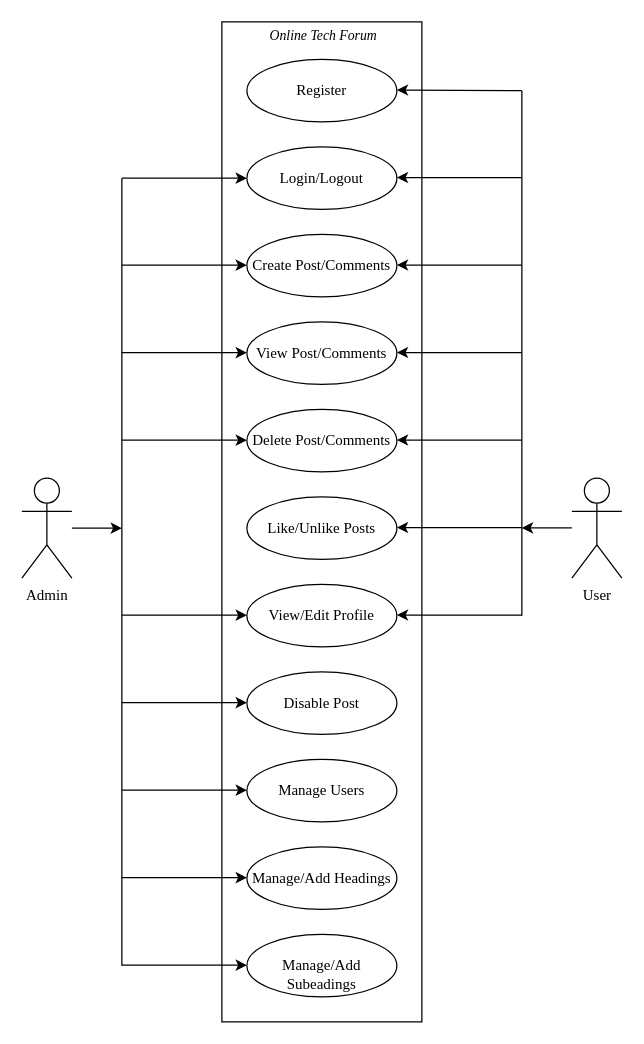
Earlier version of the draw.io diagram properusecasediagramm.drawio (AshishGaut/flowcharts). Source tidied: cells renumbered, new cells numbered last; positions are measured from the earlier drawing's top-left corner, leaving out a move shared by most shapes. Both pictures are drawn from the tidied source at 125%, with x=0, y=0 at pixel (21, 21).
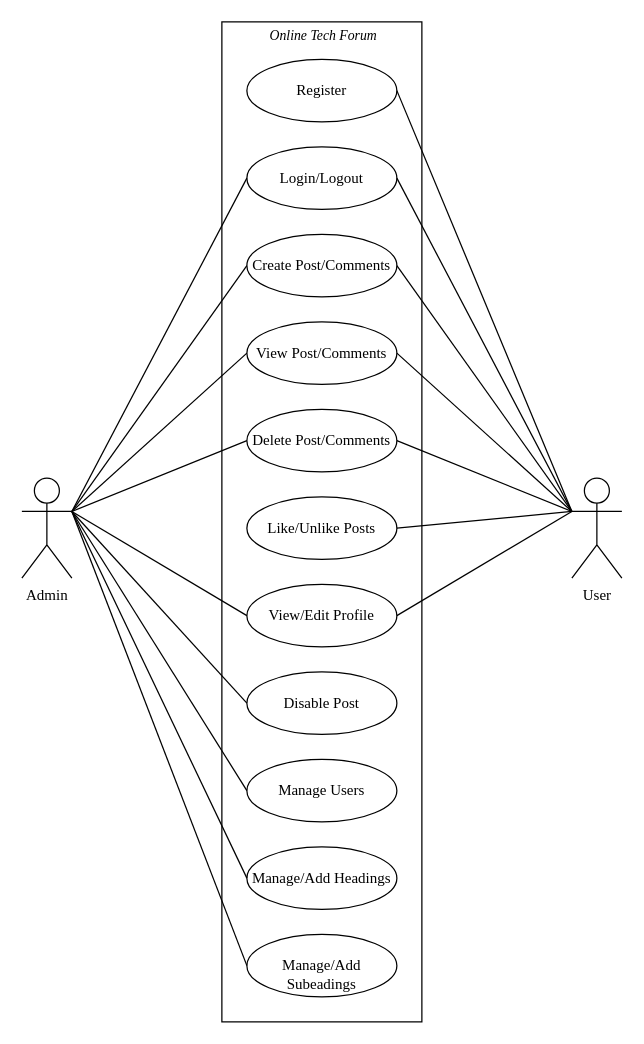
The same diagram, later.

The change refers to these unchanged cells:
```xml
<mxCell id="3" value="Register" style="ellipse;whiteSpace=wrap;html=1;fontFamily=Times New Roman;labelBackgroundColor=none;" parent="1" vertex="1">
  <mxGeometry x="180" y="30" width="120" height="50" as="geometry" />
</mxCell>
<mxCell id="4" value="Login/Logout" style="ellipse;whiteSpace=wrap;html=1;fontFamily=Times New Roman;labelBackgroundColor=none;" parent="1" vertex="1">
  <mxGeometry x="180" y="100" width="120" height="50" as="geometry" />
</mxCell>
<mxCell id="5" value="Create Post/Comments" style="ellipse;whiteSpace=wrap;html=1;fontFamily=Times New Roman;labelBackgroundColor=none;" parent="1" vertex="1">
  <mxGeometry x="180" y="170" width="120" height="50" as="geometry" />
</mxCell>
<mxCell id="6" value="View Post/Comments" style="ellipse;whiteSpace=wrap;html=1;fontFamily=Times New Roman;labelBackgroundColor=none;" parent="1" vertex="1">
  <mxGeometry x="180" y="240" width="120" height="50" as="geometry" />
</mxCell>
<mxCell id="7" value="View/Edit Profile" style="ellipse;whiteSpace=wrap;html=1;fontFamily=Times New Roman;labelBackgroundColor=none;" parent="1" vertex="1">
  <mxGeometry x="180" y="450" width="120" height="50" as="geometry" />
</mxCell>
<mxCell id="8" value="Disable Post" style="ellipse;whiteSpace=wrap;html=1;fontFamily=Times New Roman;labelBackgroundColor=none;" parent="1" vertex="1">
  <mxGeometry x="180" y="520" width="120" height="50" as="geometry" />
</mxCell>
<mxCell id="9" value="Delete Post/Comments" style="ellipse;whiteSpace=wrap;html=1;fontFamily=Times New Roman;labelBackgroundColor=none;" parent="1" vertex="1">
  <mxGeometry x="180" y="310" width="120" height="50" as="geometry" />
</mxCell>
<mxCell id="10" value="Like/Unlike Posts" style="ellipse;whiteSpace=wrap;html=1;fontFamily=Times New Roman;labelBackgroundColor=none;" parent="1" vertex="1">
  <mxGeometry x="180" y="380" width="120" height="50" as="geometry" />
</mxCell>
<mxCell id="11" value="&lt;br&gt;&lt;span style=&quot;color: rgb(0, 0, 0); font-size: 12px; font-style: normal; font-variant-ligatures: normal; font-variant-caps: normal; font-weight: 400; letter-spacing: normal; orphans: 2; text-align: center; text-indent: 0px; text-transform: none; widows: 2; word-spacing: 0px; -webkit-text-stroke-width: 0px; text-decoration-thickness: initial; text-decoration-style: initial; text-decoration-color: initial; float: none; display: inline !important;&quot;&gt;Manage/Add Subeadings&lt;/span&gt;&lt;br&gt;" style="ellipse;whiteSpace=wrap;html=1;fontFamily=Times New Roman;labelBackgroundColor=none;" parent="1" vertex="1">
  <mxGeometry x="180" y="730" width="120" height="50" as="geometry" />
</mxCell>
<mxCell id="12" value="Manage/Add Headings" style="ellipse;whiteSpace=wrap;html=1;fontFamily=Times New Roman;labelBackgroundColor=none;" parent="1" vertex="1">
  <mxGeometry x="180" y="660" width="120" height="50" as="geometry" />
</mxCell>
<mxCell id="13" value="Manage Users" style="ellipse;whiteSpace=wrap;html=1;fontFamily=Times New Roman;labelBackgroundColor=none;" parent="1" vertex="1">
  <mxGeometry x="180" y="590" width="120" height="50" as="geometry" />
</mxCell>
<mxCell id="15" value="Admin" style="shape=umlActor;verticalLabelPosition=bottom;verticalAlign=top;html=1;outlineConnect=0;fontFamily=Times New Roman;labelBackgroundColor=none;" parent="1" vertex="1">
  <mxGeometry y="365" width="40" height="80" as="geometry" />
</mxCell>
<mxCell id="17" value="User" style="shape=umlActor;verticalLabelPosition=bottom;verticalAlign=top;html=1;outlineConnect=0;fontFamily=Times New Roman;labelBackgroundColor=none;" parent="1" vertex="1">
  <mxGeometry x="440" y="365" width="40" height="80" as="geometry" />
</mxCell>
```

Diff of the diagram source:
```diff
@@
-    <mxCell id="14" style="edgeStyle=orthogonalEdgeStyle;rounded=0;jettySize=auto;html=1;fontFamily=Times New Roman;labelBackgroundColor=none;" parent="1" edge="1" source="15">
-      <mxGeometry relative="1" as="geometry">
-        <mxPoint x="80" y="405" as="targetPoint" />
-      </mxGeometry>
-    </mxCell>
@@
-    <mxCell id="18" style="endArrow=none;html=1;rounded=0;fontFamily=Times New Roman;labelBackgroundColor=none;" parent="1" edge="1">
-      <mxGeometry relative="1" as="geometry">
-        <mxPoint x="80" y="755" as="sourcePoint" />
-        <mxPoint x="80" y="125" as="targetPoint" />
-      </mxGeometry>
-    </mxCell>
-    <mxCell id="19" style="endArrow=classic;html=1;rounded=0;entryX=0;entryY=0.5;entryDx=0;entryDy=0;fontFamily=Times New Roman;labelBackgroundColor=none;" parent="1" edge="1" target="4">
-      <mxGeometry relative="1" as="geometry">
-        <mxPoint x="80" y="125" as="sourcePoint" />
-      </mxGeometry>
-    </mxCell>
-    <mxCell id="20" style="endArrow=none;html=1;rounded=0;fontFamily=Times New Roman;labelBackgroundColor=none;" parent="1" edge="1">
-      <mxGeometry relative="1" as="geometry">
-        <mxPoint x="400" y="475" as="sourcePoint" />
-        <mxPoint x="400" y="55" as="targetPoint" />
-      </mxGeometry>
-    </mxCell>
-    <mxCell id="21" style="endArrow=classic;html=1;rounded=0;entryX=0;entryY=0.5;entryDx=0;entryDy=0;fontFamily=Times New Roman;labelBackgroundColor=none;" parent="1" edge="1">
-      <mxGeometry relative="1" as="geometry">
-        <mxPoint x="80" y="754.6" as="sourcePoint" />
-        <mxPoint x="180" y="754.6" as="targetPoint" />
-      </mxGeometry>
-    </mxCell>
-    <mxCell id="22" style="endArrow=classic;html=1;rounded=0;entryX=0;entryY=0.5;entryDx=0;entryDy=0;fontFamily=Times New Roman;labelBackgroundColor=none;" parent="1" edge="1">
-      <mxGeometry relative="1" as="geometry">
-        <mxPoint x="80" y="684.6" as="sourcePoint" />
-        <mxPoint x="180" y="684.6" as="targetPoint" />
-      </mxGeometry>
-    </mxCell>
-    <mxCell id="23" style="endArrow=classic;html=1;rounded=0;entryX=0;entryY=0.5;entryDx=0;entryDy=0;fontFamily=Times New Roman;labelBackgroundColor=none;" parent="1" edge="1">
-      <mxGeometry relative="1" as="geometry">
-        <mxPoint x="80" y="264.6" as="sourcePoint" />
-        <mxPoint x="180" y="264.6" as="targetPoint" />
-      </mxGeometry>
-    </mxCell>
-    <mxCell id="24" style="endArrow=classic;html=1;rounded=0;entryX=0;entryY=0.5;entryDx=0;entryDy=0;fontFamily=Times New Roman;labelBackgroundColor=none;" parent="1" edge="1">
-      <mxGeometry relative="1" as="geometry">
-        <mxPoint x="80" y="334.6" as="sourcePoint" />
-        <mxPoint x="180" y="334.6" as="targetPoint" />
-      </mxGeometry>
-    </mxCell>
-    <mxCell id="25" style="endArrow=classic;html=1;rounded=0;entryX=0;entryY=0.5;entryDx=0;entryDy=0;fontFamily=Times New Roman;labelBackgroundColor=none;" parent="1" edge="1">
-      <mxGeometry relative="1" as="geometry">
-        <mxPoint x="80" y="194.6" as="sourcePoint" />
-        <mxPoint x="180" y="194.6" as="targetPoint" />
-      </mxGeometry>
-    </mxCell>
-    <mxCell id="26" style="endArrow=classic;html=1;rounded=0;entryX=0;entryY=0.5;entryDx=0;entryDy=0;fontFamily=Times New Roman;labelBackgroundColor=none;" parent="1" edge="1">
-      <mxGeometry relative="1" as="geometry">
-        <mxPoint x="80" y="474.6" as="sourcePoint" />
-        <mxPoint x="180" y="474.6" as="targetPoint" />
-      </mxGeometry>
-    </mxCell>
-    <mxCell id="27" style="endArrow=classic;html=1;rounded=0;entryX=0;entryY=0.5;entryDx=0;entryDy=0;fontFamily=Times New Roman;labelBackgroundColor=none;" parent="1" edge="1">
-      <mxGeometry relative="1" as="geometry">
-        <mxPoint x="80" y="544.6" as="sourcePoint" />
-        <mxPoint x="180" y="544.6" as="targetPoint" />
-      </mxGeometry>
-    </mxCell>
-    <mxCell id="28" style="endArrow=classic;html=1;rounded=0;entryX=0;entryY=0.5;entryDx=0;entryDy=0;fontFamily=Times New Roman;labelBackgroundColor=none;" parent="1" edge="1">
-      <mxGeometry relative="1" as="geometry">
-        <mxPoint x="80" y="614.6" as="sourcePoint" />
-        <mxPoint x="180" y="614.6" as="targetPoint" />
-      </mxGeometry>
-    </mxCell>
-    <mxCell id="29" style="endArrow=classic;html=1;rounded=0;entryX=0;entryY=0.5;entryDx=0;entryDy=0;fontFamily=Times New Roman;labelBackgroundColor=none;" parent="1" edge="1">
-      <mxGeometry relative="1" as="geometry">
-        <mxPoint x="400" y="55" as="sourcePoint" />
-        <mxPoint x="300" y="54.5" as="targetPoint" />
-      </mxGeometry>
-    </mxCell>
-    <mxCell id="30" style="endArrow=classic;html=1;rounded=0;entryX=0;entryY=0.5;entryDx=0;entryDy=0;fontFamily=Times New Roman;labelBackgroundColor=none;" parent="1" edge="1">
-      <mxGeometry relative="1" as="geometry">
-        <mxPoint x="400" y="124.5" as="sourcePoint" />
-        <mxPoint x="300" y="124.5" as="targetPoint" />
-      </mxGeometry>
-    </mxCell>
-    <mxCell id="31" style="endArrow=classic;html=1;rounded=0;entryX=0;entryY=0.5;entryDx=0;entryDy=0;fontFamily=Times New Roman;labelBackgroundColor=none;" parent="1" edge="1">
-      <mxGeometry relative="1" as="geometry">
-        <mxPoint x="400" y="194.5" as="sourcePoint" />
-        <mxPoint x="300" y="194.5" as="targetPoint" />
-      </mxGeometry>
-    </mxCell>
-    <mxCell id="32" style="endArrow=classic;html=1;rounded=0;entryX=0;entryY=0.5;entryDx=0;entryDy=0;fontFamily=Times New Roman;labelBackgroundColor=none;" parent="1" edge="1">
-      <mxGeometry relative="1" as="geometry">
-        <mxPoint x="400" y="264.5" as="sourcePoint" />
-        <mxPoint x="300" y="264.5" as="targetPoint" />
-      </mxGeometry>
-    </mxCell>
-    <mxCell id="33" style="endArrow=classic;html=1;rounded=0;entryX=0;entryY=0.5;entryDx=0;entryDy=0;fontFamily=Times New Roman;labelBackgroundColor=none;" parent="1" edge="1">
-      <mxGeometry relative="1" as="geometry">
-        <mxPoint x="400" y="334.5" as="sourcePoint" />
-        <mxPoint x="300" y="334.5" as="targetPoint" />
-      </mxGeometry>
-    </mxCell>
-    <mxCell id="34" style="endArrow=classic;html=1;rounded=0;entryX=0;entryY=0.5;entryDx=0;entryDy=0;fontFamily=Times New Roman;labelBackgroundColor=none;" parent="1" edge="1">
-      <mxGeometry relative="1" as="geometry">
-        <mxPoint x="400" y="404.5" as="sourcePoint" />
-        <mxPoint x="300" y="404.5" as="targetPoint" />
-      </mxGeometry>
-    </mxCell>
-    <mxCell id="35" style="endArrow=classic;html=1;rounded=0;entryX=0;entryY=0.5;entryDx=0;entryDy=0;fontFamily=Times New Roman;labelBackgroundColor=none;" parent="1" edge="1">
-      <mxGeometry relative="1" as="geometry">
-        <mxPoint x="400" y="474.5" as="sourcePoint" />
-        <mxPoint x="300" y="474.5" as="targetPoint" />
-      </mxGeometry>
-    </mxCell>
-    <mxCell id="36" style="edgeStyle=orthogonalEdgeStyle;rounded=0;orthogonalLoop=1;jettySize=auto;html=1;fontFamily=Times New Roman;labelBackgroundColor=none;" parent="1" edge="1">
-      <mxGeometry relative="1" as="geometry">
-        <mxPoint x="440" y="404.8" as="sourcePoint" />
-        <mxPoint x="400" y="404.8" as="targetPoint" />
-        <Array as="points">
-          <mxPoint x="420" y="405" />
-        </Array>
-      </mxGeometry>
-    </mxCell>
+    <mxCell id="37" style="endArrow=none;html=1;rounded=0;exitX=1;exitY=0.3333333333333333;exitDx=0;exitDy=0;exitPerimeter=0;entryX=0;entryY=0.5;entryDx=0;entryDy=0;" parent="1" edge="1" source="15" target="4">
+      <mxGeometry relative="1" as="geometry" />
+    </mxCell>
+    <mxCell id="38" style="endArrow=none;html=1;rounded=0;entryX=0;entryY=0.3333333333333333;entryDx=0;entryDy=0;entryPerimeter=0;exitX=1;exitY=0.5;exitDx=0;exitDy=0;" parent="1" edge="1" source="3" target="17">
+      <mxGeometry relative="1" as="geometry" />
+    </mxCell>
+    <mxCell id="39" style="endArrow=none;html=1;rounded=0;entryX=0;entryY=0.3333333333333333;entryDx=0;entryDy=0;entryPerimeter=0;exitX=1;exitY=0.5;exitDx=0;exitDy=0;" parent="1" edge="1" source="4" target="17">
+      <mxGeometry relative="1" as="geometry" />
+    </mxCell>
+    <mxCell id="40" style="endArrow=none;html=1;rounded=0;entryX=0;entryY=0.3333333333333333;entryDx=0;entryDy=0;entryPerimeter=0;exitX=1;exitY=0.5;exitDx=0;exitDy=0;" parent="1" edge="1" source="5" target="17">
+      <mxGeometry relative="1" as="geometry" />
+    </mxCell>
+    <mxCell id="41" style="endArrow=none;html=1;rounded=0;entryX=0;entryY=0.3333333333333333;entryDx=0;entryDy=0;entryPerimeter=0;exitX=1;exitY=0.5;exitDx=0;exitDy=0;" parent="1" edge="1" source="6" target="17">
+      <mxGeometry relative="1" as="geometry" />
+    </mxCell>
+    <mxCell id="42" style="endArrow=none;html=1;rounded=0;entryX=0;entryY=0.3333333333333333;entryDx=0;entryDy=0;entryPerimeter=0;exitX=1;exitY=0.5;exitDx=0;exitDy=0;fontStyle=1;" parent="1" edge="1" source="7" target="17">
+      <mxGeometry relative="1" as="geometry" />
+    </mxCell>
+    <mxCell id="43" style="endArrow=none;html=1;rounded=0;exitX=1;exitY=0.5;exitDx=0;exitDy=0;entryX=0;entryY=0.3333333333333333;entryDx=0;entryDy=0;entryPerimeter=0;" parent="1" edge="1" source="9" target="17">
+      <mxGeometry relative="1" as="geometry" />
+    </mxCell>
+    <mxCell id="44" style="endArrow=none;html=1;rounded=0;entryX=1;entryY=0.5;entryDx=0;entryDy=0;exitX=0;exitY=0.3333333333333333;exitDx=0;exitDy=0;exitPerimeter=0;" parent="1" edge="1" source="17" target="10">
+      <mxGeometry relative="1" as="geometry" />
+    </mxCell>
+    <mxCell id="45" style="endArrow=none;html=1;rounded=0;exitX=1;exitY=0.3333333333333333;exitDx=0;exitDy=0;exitPerimeter=0;entryX=0;entryY=0.5;entryDx=0;entryDy=0;" parent="1" edge="1" source="15" target="7">
+      <mxGeometry relative="1" as="geometry" />
+    </mxCell>
+    <mxCell id="46" style="endArrow=none;html=1;rounded=0;exitX=1;exitY=0.3333333333333333;exitDx=0;exitDy=0;exitPerimeter=0;entryX=0;entryY=0.5;entryDx=0;entryDy=0;" parent="1" edge="1" source="15" target="13">
+      <mxGeometry relative="1" as="geometry" />
+    </mxCell>
+    <mxCell id="47" style="endArrow=none;html=1;rounded=0;exitX=1;exitY=0.3333333333333333;exitDx=0;exitDy=0;exitPerimeter=0;entryX=0;entryY=0.5;entryDx=0;entryDy=0;" parent="1" edge="1" source="15" target="8">
+      <mxGeometry relative="1" as="geometry" />
+    </mxCell>
+    <mxCell id="48" style="endArrow=none;html=1;rounded=0;exitX=1;exitY=0.3333333333333333;exitDx=0;exitDy=0;exitPerimeter=0;entryX=0;entryY=0.5;entryDx=0;entryDy=0;" parent="1" edge="1" source="15" target="6">
+      <mxGeometry relative="1" as="geometry" />
+    </mxCell>
+    <mxCell id="49" style="endArrow=none;html=1;rounded=0;exitX=1;exitY=0.3333333333333333;exitDx=0;exitDy=0;exitPerimeter=0;entryX=0;entryY=0.5;entryDx=0;entryDy=0;" parent="1" edge="1" source="15" target="9">
+      <mxGeometry relative="1" as="geometry" />
+    </mxCell>
+    <mxCell id="50" style="endArrow=none;html=1;rounded=0;exitX=1;exitY=0.3333333333333333;exitDx=0;exitDy=0;exitPerimeter=0;entryX=0;entryY=0.5;entryDx=0;entryDy=0;" parent="1" edge="1" source="15" target="12">
+      <mxGeometry relative="1" as="geometry" />
+    </mxCell>
+    <mxCell id="51" style="endArrow=none;html=1;rounded=0;exitX=1;exitY=0.3333333333333333;exitDx=0;exitDy=0;exitPerimeter=0;entryX=0;entryY=0.5;entryDx=0;entryDy=0;" parent="1" edge="1" source="15" target="5">
+      <mxGeometry relative="1" as="geometry" />
+    </mxCell>
+    <mxCell id="52" style="endArrow=none;html=1;rounded=0;exitX=1;exitY=0.3333333333333333;exitDx=0;exitDy=0;exitPerimeter=0;entryX=0;entryY=0.5;entryDx=0;entryDy=0;" parent="1" edge="1" source="15" target="11">
+      <mxGeometry relative="1" as="geometry" />
+    </mxCell>
```
